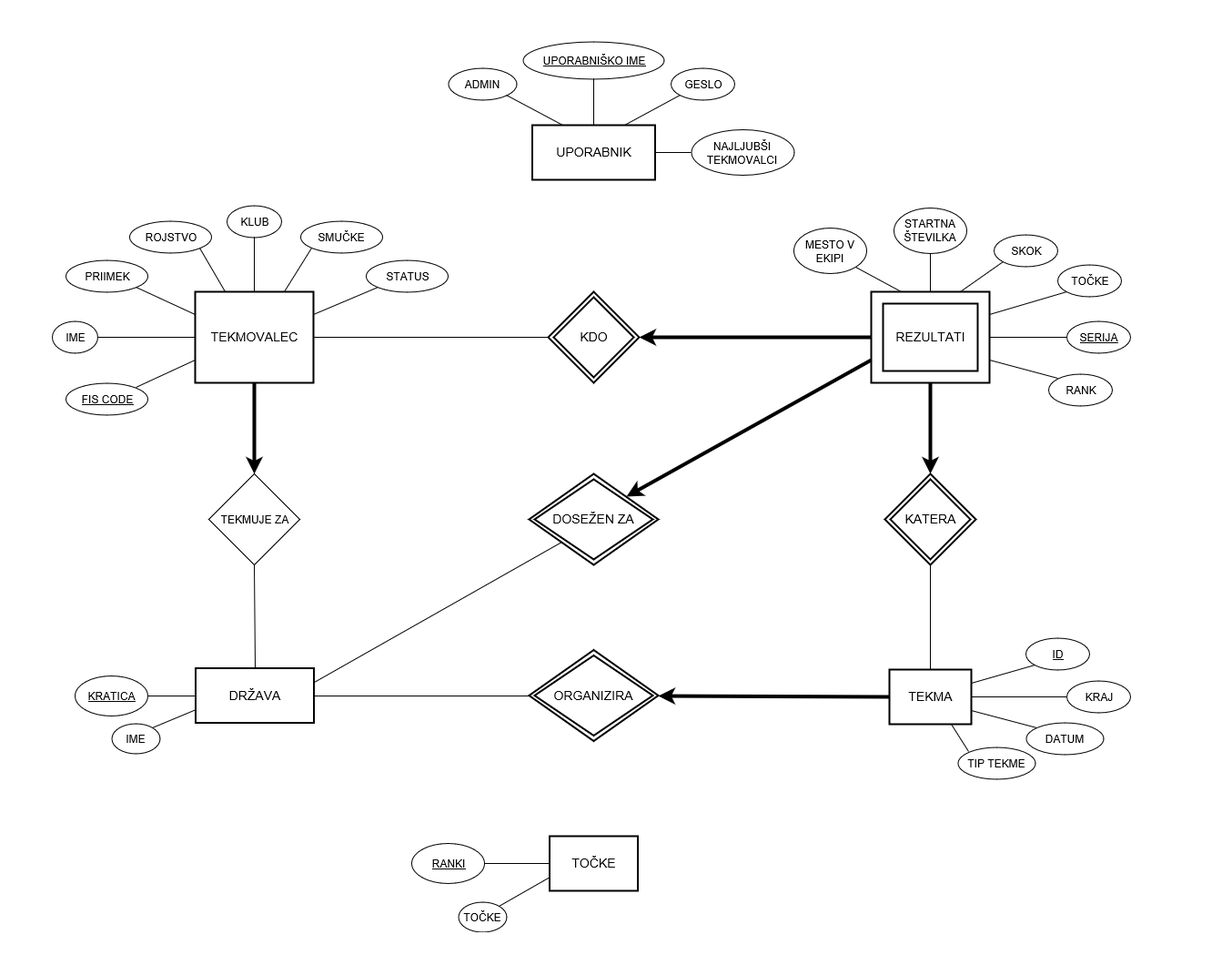
This is ER-diagram.png from Tejchy85/Skoki, a draw.io export, as it was before one commit. Source tidied: cells renumbered, new cells last; positions are measured from the earlier drawing's top-left corner, leaving out a move shared by most shapes.
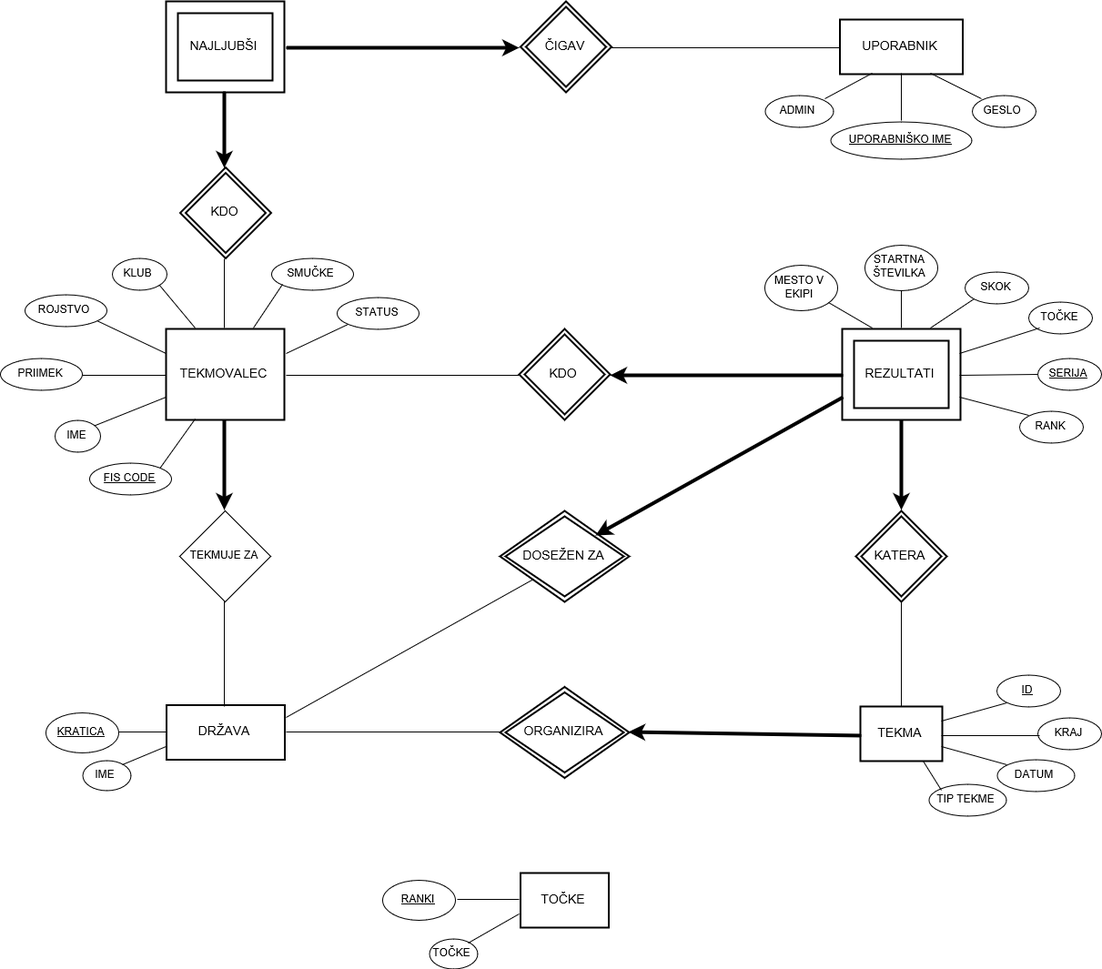
After the change.

Commit message:
Popravila ER diagram

Change to the diagram source:
```diff
@@ -20,27 +20,15 @@
     <mxCell id="7" value="TEKMOVALEC&lt;br&gt;" style="strokeWidth=2;whiteSpace=wrap;html=1;align=center;fontSize=14;" parent="1" vertex="1">
       <mxGeometry x="157" y="275" width="130" height="100" as="geometry" />
     </mxCell>
-    <mxCell id="8" value="IME" style="ellipse;whiteSpace=wrap;html=1;" parent="1" vertex="1">
-      <mxGeometry y="307.5" width="50" height="35" as="geometry" />
-    </mxCell>
     <mxCell id="9" value="DRŽAVA&lt;br&gt;" style="strokeWidth=2;whiteSpace=wrap;html=1;align=center;fontSize=14;" parent="1" vertex="1">
       <mxGeometry x="157.5" y="688.5" width="130" height="60" as="geometry" />
     </mxCell>
-    <mxCell id="10" value="PRIIMEK" style="ellipse;whiteSpace=wrap;html=1;" parent="1" vertex="1">
-      <mxGeometry x="15" y="240" width="90" height="35" as="geometry" />
-    </mxCell>
     <mxCell id="11" value="ID&lt;br&gt;" style="ellipse;strokeWidth=1;whiteSpace=wrap;html=1;fontStyle=4;" parent="1" vertex="1">
       <mxGeometry x="1070" y="655" width="70" height="35" as="geometry" />
     </mxCell>
-    <mxCell id="12" value="ROJSTVO" style="ellipse;whiteSpace=wrap;html=1;" parent="1" vertex="1">
-      <mxGeometry x="85" y="197.5" width="90" height="35" as="geometry" />
-    </mxCell>
     <mxCell id="13" value="KRAJ&lt;br&gt;" style="ellipse;whiteSpace=wrap;html=1;strokeWidth=1;" parent="1" vertex="1">
       <mxGeometry x="1115" y="702.5" width="70" height="35" as="geometry" />
     </mxCell>
-    <mxCell id="14" value="KLUB" style="ellipse;whiteSpace=wrap;html=1;" parent="1" vertex="1">
-      <mxGeometry x="192" y="180" width="60" height="35" as="geometry" />
-    </mxCell>
     <mxCell id="15" value="STATUS" style="ellipse;whiteSpace=wrap;html=1;" parent="1" vertex="1">
       <mxGeometry x="345" y="240" width="90" height="35" as="geometry" />
     </mxCell>
@@ -68,9 +56,6 @@
     <mxCell id="23" value="SKOK" style="ellipse;whiteSpace=wrap;html=1;strokeWidth=1;" parent="1" vertex="1">
       <mxGeometry x="1035" y="212.5" width="70" height="35" as="geometry" />
     </mxCell>
-    <mxCell id="24" value="&lt;u&gt;FIS CODE&lt;/u&gt;" style="ellipse;whiteSpace=wrap;html=1;" parent="1" vertex="1">
-      <mxGeometry x="15" y="375" width="90" height="35" as="geometry" />
-    </mxCell>
     <mxCell id="25" value="&lt;div&gt;REZULTATI&lt;/div&gt;" style="shape=ext;strokeWidth=2;margin=10;double=1;whiteSpace=wrap;html=1;align=center;fontSize=14;" parent="1" vertex="1">
       <mxGeometry x="900" y="275" width="130" height="100" as="geometry" />
     </mxCell>
@@ -80,19 +65,19 @@
     <mxCell id="27" value="ORGANIZIRA&lt;br&gt;" style="shape=rhombus;double=1;strokeWidth=2;fontSize=17;perimeter=rhombusPerimeter;whiteSpace=wrap;html=1;align=center;fontSize=14;" parent="1" vertex="1">
       <mxGeometry x="524" y="668.5" width="142" height="100" as="geometry" />
     </mxCell>
-    <mxCell id="28" style="endArrow=none;html=1;entryX=0;entryY=0.75;entryDx=0;entryDy=0;exitX=1;exitY=0;exitDx=0;exitDy=0;" parent="1" edge="1" source="24" target="7">
+    <mxCell id="28" style="endArrow=none;html=1;entryX=0;entryY=0.75;entryDx=0;entryDy=0;exitX=1;exitY=0;exitDx=0;exitDy=0;" parent="1" edge="1" source="8" target="7">
       <mxGeometry relative="1" as="geometry" />
     </mxCell>
     <mxCell id="29" style="endArrow=none;html=1;exitX=1;exitY=1;exitDx=0;exitDy=0;entryX=0.25;entryY=0;entryDx=0;entryDy=0;" parent="1" edge="1" source="19" target="25">
       <mxGeometry relative="1" as="geometry" />
     </mxCell>
-    <mxCell id="30" style="endArrow=none;html=1;entryX=0;entryY=0.5;entryDx=0;entryDy=0;exitX=1;exitY=0.5;exitDx=0;exitDy=0;" parent="1" edge="1" source="8" target="7">
+    <mxCell id="30" style="endArrow=none;html=1;entryX=0;entryY=0.5;entryDx=0;entryDy=0;exitX=1;exitY=0.5;exitDx=0;exitDy=0;" parent="1" edge="1" source="10" target="7">
       <mxGeometry relative="1" as="geometry" />
     </mxCell>
-    <mxCell id="31" style="endArrow=none;html=1;entryX=0;entryY=0.25;entryDx=0;entryDy=0;exitX=1;exitY=1;exitDx=0;exitDy=0;" parent="1" edge="1" source="10" target="7">
+    <mxCell id="31" style="endArrow=none;html=1;entryX=0;entryY=0.25;entryDx=0;entryDy=0;exitX=1;exitY=1;exitDx=0;exitDy=0;" parent="1" edge="1" source="12" target="7">
       <mxGeometry relative="1" as="geometry" />
     </mxCell>
-    <mxCell id="32" style="endArrow=none;html=1;entryX=1;entryY=1;entryDx=0;entryDy=0;exitX=0.25;exitY=0;exitDx=0;exitDy=0;" parent="1" edge="1" source="7" target="12">
+    <mxCell id="32" style="endArrow=none;html=1;entryX=1;entryY=1;entryDx=0;entryDy=0;exitX=0.25;exitY=0;exitDx=0;exitDy=0;" parent="1" edge="1" source="7" target="14">
       <mxGeometry relative="1" as="geometry" />
     </mxCell>
     <mxCell id="33" style="endArrow=none;html=1;entryX=0;entryY=1;entryDx=0;entryDy=0;exitX=0.75;exitY=0;exitDx=0;exitDy=0;" parent="1" edge="1" source="7" target="17">
@@ -174,24 +159,24 @@
       <mxGeometry relative="1" as="geometry" />
     </mxCell>
     <mxCell id="59" value="UPORABNIK&lt;br&gt;" style="strokeWidth=2;whiteSpace=wrap;html=1;align=center;fontSize=14;" parent="1" vertex="1">
-      <mxGeometry x="527.5" y="92" width="135" height="60" as="geometry" />
+      <mxGeometry x="897.5" y="-65" width="135" height="60" as="geometry" />
     </mxCell>
     <mxCell id="60" value="UPORABNIŠKO IME&lt;br&gt;" style="ellipse;strokeWidth=1;whiteSpace=wrap;html=1;fontStyle=4;" parent="1" vertex="1">
-      <mxGeometry x="517.5" width="155" height="41" as="geometry" />
+      <mxGeometry x="887.5" y="47.5" width="155" height="41" as="geometry" />
     </mxCell>
     <mxCell id="61" value="GESLO&lt;br&gt;" style="ellipse;whiteSpace=wrap;html=1;strokeWidth=1;" parent="1" vertex="1">
-      <mxGeometry x="680" y="29.5" width="70" height="35" as="geometry" />
+      <mxGeometry x="1042.5" y="18.5" width="70" height="35" as="geometry" />
     </mxCell>
     <mxCell id="62" value="ADMIN&lt;br&gt;" style="ellipse;whiteSpace=wrap;html=1;strokeWidth=1;fontStyle=0;" parent="1" vertex="1">
-      <mxGeometry x="435" y="29.5" width="75" height="35" as="geometry" />
+      <mxGeometry x="815" y="18.5" width="75" height="35" as="geometry" />
     </mxCell>
-    <mxCell id="63" style="endArrow=none;html=1;exitX=0.5;exitY=1;exitDx=0;exitDy=0;entryX=0.5;entryY=0;entryDx=0;entryDy=0;" parent="1" edge="1" source="60" target="59">
+    <mxCell id="63" style="endArrow=none;html=1;exitX=0.5;exitY=0;exitDx=0;exitDy=0;entryX=0.5;entryY=1;entryDx=0;entryDy=0;" parent="1" edge="1" source="60" target="59">
       <mxGeometry relative="1" as="geometry" />
     </mxCell>
-    <mxCell id="64" style="endArrow=none;html=1;entryX=0.75;entryY=0;entryDx=0;entryDy=0;exitX=0;exitY=1;exitDx=0;exitDy=0;" parent="1" edge="1" source="61" target="59">
+    <mxCell id="64" style="endArrow=none;html=1;entryX=0.75;entryY=1;entryDx=0;entryDy=0;exitX=0;exitY=0;exitDx=0;exitDy=0;" parent="1" edge="1" source="61" target="59">
       <mxGeometry relative="1" as="geometry" />
     </mxCell>
-    <mxCell id="65" style="endArrow=none;html=1;exitX=1;exitY=1;exitDx=0;exitDy=0;entryX=0.25;entryY=0;entryDx=0;entryDy=0;" parent="1" edge="1" source="62" target="59">
+    <mxCell id="65" style="endArrow=none;html=1;exitX=1;exitY=0;exitDx=0;exitDy=0;entryX=0.25;entryY=1;entryDx=0;entryDy=0;" parent="1" edge="1" source="62" target="59">
       <mxGeometry relative="1" as="geometry" />
     </mxCell>
     <mxCell id="66" value="RANK&lt;br&gt;" style="ellipse;whiteSpace=wrap;html=1;strokeWidth=1;" parent="1" vertex="1">
@@ -206,14 +191,44 @@
     <mxCell id="69" style="endArrow=none;html=1;entryX=0;entryY=0;entryDx=0;entryDy=0;exitX=0.75;exitY=1;exitDx=0;exitDy=0;" parent="1" edge="1" source="5" target="68">
       <mxGeometry relative="1" as="geometry" />
     </mxCell>
-    <mxCell id="70" value="NAJLJUBŠI TEKMOVALCI&lt;br&gt;" style="ellipse;whiteSpace=wrap;html=1;strokeWidth=1;fontStyle=0;" parent="1" vertex="1">
-      <mxGeometry x="702" y="97" width="113" height="50" as="geometry" />
-    </mxCell>
-    <mxCell id="71" style="endArrow=none;html=1;entryX=0;entryY=0.5;entryDx=0;entryDy=0;exitX=1;exitY=0.5;exitDx=0;exitDy=0;" parent="1" edge="1" source="59" target="70">
-      <mxGeometry relative="1" as="geometry" />
-    </mxCell>
-    <mxCell id="72" style="endArrow=none;html=1;entryX=0.5;entryY=0;entryDx=0;entryDy=0;exitX=0.5;exitY=1;exitDx=0;exitDy=0;" parent="1" edge="1" source="14" target="7">
-      <mxGeometry relative="1" as="geometry" />
-    </mxCell>
+    <mxCell id="73" value="&lt;div&gt;NAJLJUBŠI&lt;/div&gt;" style="shape=ext;strokeWidth=2;margin=10;double=1;whiteSpace=wrap;html=1;align=center;fontSize=14;" parent="1" vertex="1">
+      <mxGeometry x="157" y="-85" width="130" height="100" as="geometry" />
+    </mxCell>
+    <mxCell id="74" value="KDO&lt;br&gt;" style="shape=rhombus;double=1;strokeWidth=2;fontSize=17;perimeter=rhombusPerimeter;whiteSpace=wrap;html=1;align=center;fontSize=14;" parent="1" vertex="1">
+      <mxGeometry x="172.5" y="97.5" width="100" height="100" as="geometry" />
+    </mxCell>
+    <mxCell id="75" value="ČIGAV&lt;br&gt;" style="shape=rhombus;double=1;strokeWidth=2;fontSize=17;perimeter=rhombusPerimeter;whiteSpace=wrap;html=1;align=center;fontSize=14;" parent="1" vertex="1">
+      <mxGeometry x="546.5" y="-85" width="100" height="100" as="geometry" />
+    </mxCell>
+    <mxCell id="76" style="endArrow=none;html=1;entryX=0.25;entryY=1;entryDx=0;entryDy=0;exitX=1;exitY=0;exitDx=0;exitDy=0;" parent="1" edge="1" source="24" target="7">
+      <mxGeometry relative="1" as="geometry" />
+    </mxCell>
+    <mxCell id="24" value="&lt;u&gt;FIS CODE&lt;/u&gt;" style="ellipse;whiteSpace=wrap;html=1;" parent="1" vertex="1">
+      <mxGeometry x="73" y="422.5" width="90" height="35" as="geometry" />
+    </mxCell>
+    <mxCell id="8" value="IME" style="ellipse;whiteSpace=wrap;html=1;" parent="1" vertex="1">
+      <mxGeometry x="35" y="375" width="50" height="35" as="geometry" />
+    </mxCell>
+    <mxCell id="10" value="PRIIMEK" style="ellipse;whiteSpace=wrap;html=1;" parent="1" vertex="1">
+      <mxGeometry x="-25" y="307.5" width="90" height="35" as="geometry" />
+    </mxCell>
+    <mxCell id="12" value="ROJSTVO" style="ellipse;whiteSpace=wrap;html=1;" parent="1" vertex="1">
+      <mxGeometry x="1.5" y="237.5" width="90" height="35" as="geometry" />
+    </mxCell>
+    <mxCell id="14" value="KLUB" style="ellipse;whiteSpace=wrap;html=1;" parent="1" vertex="1">
+      <mxGeometry x="97.5" y="197.5" width="60" height="35" as="geometry" />
+    </mxCell>
+    <mxCell id="77" style="endArrow=none;html=1;exitX=0.5;exitY=1;exitDx=0;exitDy=0;entryX=0.5;entryY=0;entryDx=0;entryDy=0;endFill=0;" parent="1" edge="1" source="74" target="7">
+      <mxGeometry relative="1" as="geometry" />
+    </mxCell>
+    <mxCell id="78" style="endArrow=classic;html=1;exitX=0.5;exitY=1;exitDx=0;exitDy=0;endFill=1;strokeWidth=4;entryX=0.5;entryY=0;entryDx=0;entryDy=0;" parent="1" edge="1" source="73" target="74">
+      <mxGeometry relative="1" as="geometry" />
+    </mxCell>
+    <mxCell id="79" style="endArrow=classic;html=1;entryX=0;entryY=0.5;entryDx=0;entryDy=0;exitX=1;exitY=0.5;exitDx=0;exitDy=0;endFill=1;strokeWidth=4;" parent="1" edge="1" source="73" target="75">
+      <mxGeometry relative="1" as="geometry" />
+    </mxCell>
+    <mxCell id="80" style="endArrow=none;html=1;exitX=1;exitY=0.5;exitDx=0;exitDy=0;entryX=0;entryY=0.5;entryDx=0;entryDy=0;endFill=0;" parent="1" edge="1" source="75" target="59">
+      <mxGeometry relative="1" as="geometry" />
+    </mxCell>
   </root>
 </mxGraphModel>
```
